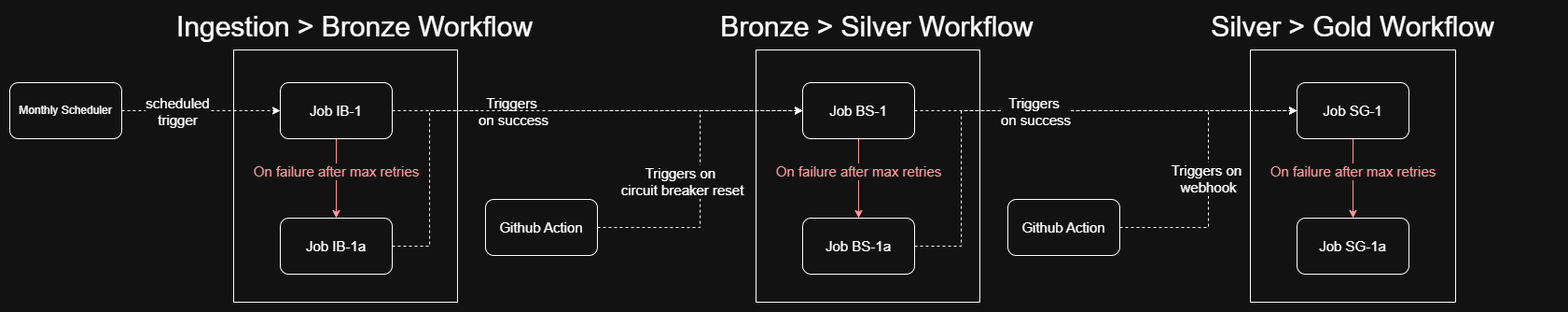
Earlier version of the draw.io export docs/workflow_architecture.png (SebM42/insee-sirene-monitor). Source tidied: cells renumbered, new cells last; positions are measured from the earlier drawing's top-left corner, leaving out a move shared by most shapes.
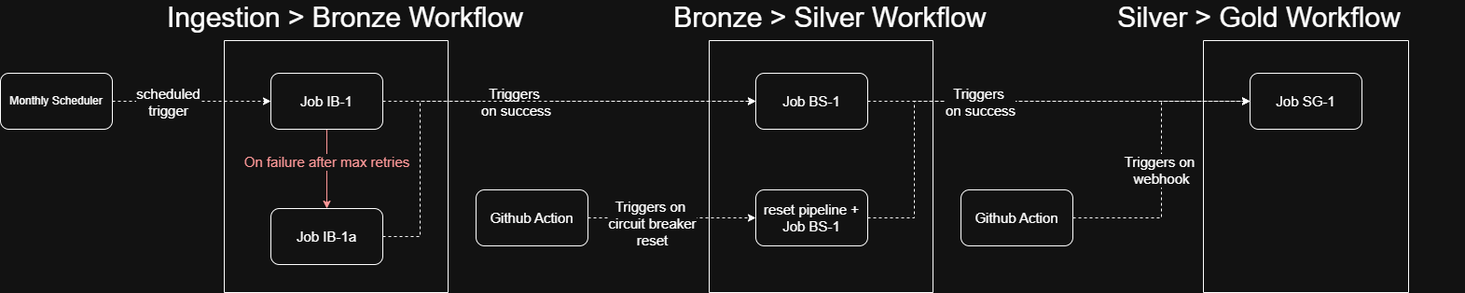
The same diagram one commit later.

Commit message:
update: job schema

Diff of the diagram source:
```diff
@@ -18,7 +18,7 @@
     </mxCell>
     <mxCell id="6" value="&lt;font style=&quot;font-size: 15px;&quot;&gt;Triggers&amp;nbsp;&lt;/font&gt;&lt;div&gt;&lt;font style=&quot;font-size: 15px;&quot;&gt;on success&lt;/font&gt;&lt;/div&gt;" style="edgeLabel;html=1;align=center;verticalAlign=middle;" parent="5" vertex="1">
       <mxGeometry x="-0.13" y="-2" relative="1" as="geometry">
-        <mxPoint x="-61" y="-2" as="offset" />
+        <mxPoint x="-31" y="-2" as="offset" />
       </mxGeometry>
     </mxCell>
     <mxCell id="7" value="                        " style="swimlane;startSize=0;" parent="1" vertex="1">
@@ -40,37 +40,26 @@
       <mxGeometry x="150" width="440" height="30" as="geometry" />
     </mxCell>
     <mxCell id="13" value="&lt;font style=&quot;font-size: 30px;&quot;&gt;Bronze &amp;gt; Silver Workflow&lt;/font&gt;" style="text;html=1;whiteSpace=wrap;strokeColor=none;fillColor=none;align=center;verticalAlign=middle;rounded=0;" parent="1" vertex="1">
-      <mxGeometry x="710" width="440" height="30" as="geometry" />
+      <mxGeometry x="670" width="440" height="30" as="geometry" />
     </mxCell>
-    <mxCell id="14" style="edgeStyle=orthogonalEdgeStyle;rounded=0;jettySize=auto;html=1;exitX=1;exitY=0.5;exitDx=0;exitDy=0;dashed=1;entryX=0;entryY=0.5;entryDx=0;entryDy=0;" parent="1" edge="1" source="16" target="21">
-      <mxGeometry relative="1" as="geometry" />
-    </mxCell>
-    <mxCell id="15" value="&lt;font style=&quot;font-size: 15px;&quot;&gt;Triggers&amp;nbsp;&lt;/font&gt;&lt;span style=&quot;font-size: 15px; background-color: light-dark(#ffffff, var(--ge-dark-color, #121212)); color: light-dark(rgb(0, 0, 0), rgb(255, 255, 255));&quot;&gt;on&amp;nbsp;&lt;/span&gt;&lt;div&gt;&lt;span style=&quot;font-size: 15px; background-color: light-dark(#ffffff, var(--ge-dark-color, #121212)); color: light-dark(rgb(0, 0, 0), rgb(255, 255, 255));&quot;&gt;circuit breaker reset&lt;/span&gt;&lt;/div&gt;" style="edgeLabel;html=1;align=center;verticalAlign=middle;" parent="14" vertex="1">
-      <mxGeometry x="-0.82" y="-1" relative="1" as="geometry">
-        <mxPoint x="59" y="-51" as="offset" />
-      </mxGeometry>
-    </mxCell>
+    <mxCell id="35" style="edgeStyle=orthogonalEdgeStyle;rounded=0;jettySize=auto;html=1;exitX=1;exitY=0.5;exitDx=0;exitDy=0;dashed=1;" parent="1" edge="1" source="16" target="36">
+      <mxGeometry relative="1" as="geometry" />
+    </mxCell>
     <mxCell id="16" value="&lt;font style=&quot;font-size: 15px;&quot;&gt;Github Action&lt;/font&gt;" style="rounded=1;whiteSpace=wrap;html=1;" parent="1" vertex="1">
       <mxGeometry x="510" y="200" width="120" height="60" as="geometry" />
     </mxCell>
     <mxCell id="17" value="&lt;font style=&quot;font-size: 30px;&quot;&gt;Silver &amp;gt; Gold Workflow&lt;/font&gt;" style="text;html=1;whiteSpace=wrap;strokeColor=none;fillColor=none;align=center;verticalAlign=middle;rounded=0;" parent="1" vertex="1">
-      <mxGeometry x="1220" width="440" height="30" as="geometry" />
+      <mxGeometry x="1130" width="440" height="30" as="geometry" />
     </mxCell>
     <mxCell id="18" value="                        " style="swimlane;startSize=0;" parent="1" vertex="1">
-      <mxGeometry x="800" y="40" width="240" height="270" as="geometry" />
+      <mxGeometry x="760" y="40" width="240" height="270" as="geometry" />
     </mxCell>
-    <mxCell id="19" style="edgeStyle=orthogonalEdgeStyle;rounded=0;jettySize=auto;html=1;exitX=0.5;exitY=1;exitDx=0;exitDy=0;entryX=0.5;entryY=0;entryDx=0;entryDy=0;strokeColor=light-dark(#000000,#FF9999);" parent="18" edge="1" source="21" target="22">
-      <mxGeometry relative="1" as="geometry" />
-    </mxCell>
-    <mxCell id="20" value="&lt;font style=&quot;font-size: 15px; color: light-dark(rgb(0, 0, 0), rgb(255, 153, 153));&quot;&gt;On failure after max retries&lt;/font&gt;" style="edgeLabel;html=1;align=center;verticalAlign=middle;" parent="19" vertex="1">
-      <mxGeometry x="-0.19" y="-1" relative="1" as="geometry" />
-    </mxCell>
     <mxCell id="21" value="&lt;span style=&quot;font-size: 15px;&quot;&gt;Job BS-1&lt;/span&gt;" style="rounded=1;whiteSpace=wrap;html=1;" parent="18" vertex="1">
       <mxGeometry x="50" y="35" width="120" height="60" as="geometry" />
     </mxCell>
-    <mxCell id="22" value="&lt;span style=&quot;font-size: 15px;&quot;&gt;Job BS-1a&lt;/span&gt;" style="rounded=1;whiteSpace=wrap;html=1;" parent="18" vertex="1">
-      <mxGeometry x="50" y="180" width="120" height="60" as="geometry" />
-    </mxCell>
+    <mxCell id="36" value="&lt;div&gt;&lt;span style=&quot;font-size: 15px;&quot;&gt;reset pipeline +&lt;/span&gt;&lt;/div&gt;&lt;span style=&quot;font-size: 15px;&quot;&gt;Job BS-1&lt;/span&gt;" style="rounded=1;whiteSpace=wrap;html=1;" parent="18" vertex="1">
+      <mxGeometry x="50" y="160" width="120" height="60" as="geometry" />
+    </mxCell>
     <mxCell id="23" style="edgeStyle=orthogonalEdgeStyle;rounded=0;jettySize=auto;html=1;exitX=1;exitY=0.5;exitDx=0;exitDy=0;entryX=0;entryY=0.5;entryDx=0;entryDy=0;dashed=1;" parent="1" edge="1" source="11" target="21">
       <mxGeometry relative="1" as="geometry">
         <Array as="points">
@@ -80,20 +69,11 @@
       </mxGeometry>
     </mxCell>
     <mxCell id="24" value="                        " style="swimlane;startSize=0;" parent="1" vertex="1">
-      <mxGeometry x="1330" y="40" width="220" height="270" as="geometry" />
+      <mxGeometry x="1290" y="40" width="220" height="270" as="geometry" />
     </mxCell>
-    <mxCell id="25" style="edgeStyle=orthogonalEdgeStyle;rounded=0;jettySize=auto;html=1;exitX=0.5;exitY=1;exitDx=0;exitDy=0;entryX=0.5;entryY=0;entryDx=0;entryDy=0;strokeColor=light-dark(#000000,#FF9999);" parent="24" edge="1" source="27" target="28">
-      <mxGeometry relative="1" as="geometry" />
-    </mxCell>
-    <mxCell id="26" value="&lt;font style=&quot;font-size: 15px; color: light-dark(rgb(0, 0, 0), rgb(255, 153, 153));&quot;&gt;On failure after max retries&lt;/font&gt;" style="edgeLabel;html=1;align=center;verticalAlign=middle;" parent="25" vertex="1">
-      <mxGeometry x="-0.19" y="-1" relative="1" as="geometry" />
-    </mxCell>
     <mxCell id="27" value="&lt;span style=&quot;font-size: 15px;&quot;&gt;Job SG-1&lt;/span&gt;" style="rounded=1;whiteSpace=wrap;html=1;" parent="24" vertex="1">
       <mxGeometry x="50" y="35" width="120" height="60" as="geometry" />
     </mxCell>
-    <mxCell id="28" value="&lt;span style=&quot;font-size: 15px;&quot;&gt;Job SG-1a&lt;/span&gt;" style="rounded=1;whiteSpace=wrap;html=1;" parent="24" vertex="1">
-      <mxGeometry x="50" y="180" width="120" height="60" as="geometry" />
-    </mxCell>
     <mxCell id="29" style="edgeStyle=orthogonalEdgeStyle;rounded=0;jettySize=auto;html=1;exitX=1;exitY=0.5;exitDx=0;exitDy=0;entryX=0;entryY=0.5;entryDx=0;entryDy=0;dashed=1;" parent="1" edge="1" source="31" target="27">
       <mxGeometry relative="1" as="geometry" />
     </mxCell>
@@ -101,23 +81,26 @@
       <mxGeometry x="-0.07" y="1" relative="1" as="geometry" />
     </mxCell>
     <mxCell id="31" value="&lt;font style=&quot;font-size: 15px;&quot;&gt;Github Action&lt;/font&gt;" style="rounded=1;whiteSpace=wrap;html=1;" parent="1" vertex="1">
-      <mxGeometry x="1070" y="200" width="120" height="60" as="geometry" />
+      <mxGeometry x="1030" y="200" width="120" height="60" as="geometry" />
     </mxCell>
     <mxCell id="32" style="edgeStyle=orthogonalEdgeStyle;rounded=0;jettySize=auto;html=1;exitX=1;exitY=0.5;exitDx=0;exitDy=0;entryX=0;entryY=0.5;entryDx=0;entryDy=0;dashed=1;" parent="1" edge="1" source="21" target="27">
       <mxGeometry relative="1" as="geometry" />
     </mxCell>
-    <mxCell id="33" style="edgeStyle=orthogonalEdgeStyle;rounded=0;jettySize=auto;html=1;exitX=1;exitY=0.5;exitDx=0;exitDy=0;entryX=0;entryY=0.5;entryDx=0;entryDy=0;dashed=1;" parent="1" edge="1" source="22" target="27">
-      <mxGeometry relative="1" as="geometry">
-        <Array as="points">
-          <mxPoint x="1020" y="250" />
-          <mxPoint x="1020" y="105" />
-        </Array>
-      </mxGeometry>
-    </mxCell>
+    <mxCell id="37" style="edgeStyle=orthogonalEdgeStyle;rounded=0;jettySize=auto;html=1;exitX=1;exitY=0.5;exitDx=0;exitDy=0;entryX=0;entryY=0.5;entryDx=0;entryDy=0;dashed=1;" parent="1" edge="1" source="36" target="27">
+      <mxGeometry relative="1" as="geometry">
+        <Array as="points">
+          <mxPoint x="980" y="230" />
+          <mxPoint x="980" y="105" />
+        </Array>
+      </mxGeometry>
+    </mxCell>
-    <mxCell id="34" value="&lt;font style=&quot;font-size: 15px;&quot;&gt;Triggers&amp;nbsp;&lt;/font&gt;&lt;div&gt;&lt;font style=&quot;font-size: 15px;&quot;&gt;on success&lt;/font&gt;&lt;/div&gt;" style="edgeLabel;html=1;align=center;verticalAlign=middle;" parent="33" vertex="1">
-      <mxGeometry x="-0.16" y="1" relative="1" as="geometry">
-        <mxPoint x="42" y="1" as="offset" />
-      </mxGeometry>
+    <mxCell id="34" value="&lt;font style=&quot;font-size: 15px;&quot;&gt;Triggers&amp;nbsp;&lt;/font&gt;&lt;div&gt;&lt;font style=&quot;font-size: 15px;&quot;&gt;on success&lt;/font&gt;&lt;/div&gt;" style="edgeLabel;html=1;align=center;verticalAlign=middle;" parent="1" vertex="1">
+      <mxGeometry x="1050" y="105" as="geometry" />
     </mxCell>
+    <mxCell id="15" value="&lt;font style=&quot;font-size: 15px;&quot;&gt;Triggers&amp;nbsp;&lt;/font&gt;&lt;span style=&quot;font-size: 15px; background-color: light-dark(#ffffff, var(--ge-dark-color, #121212)); color: light-dark(rgb(0, 0, 0), rgb(255, 255, 255));&quot;&gt;on&amp;nbsp;&lt;/span&gt;&lt;div&gt;&lt;span style=&quot;font-size: 15px; background-color: light-dark(#ffffff, var(--ge-dark-color, #121212)); color: light-dark(rgb(0, 0, 0), rgb(255, 255, 255));&quot;&gt;circuit breaker&lt;/span&gt;&lt;/div&gt;&lt;div&gt;&lt;span style=&quot;font-size: 15px; background-color: light-dark(#ffffff, var(--ge-dark-color, #121212)); color: light-dark(rgb(0, 0, 0), rgb(255, 255, 255));&quot;&gt;reset&lt;/span&gt;&lt;/div&gt;" style="edgeLabel;html=1;align=center;verticalAlign=middle;" parent="1" vertex="1">
+      <mxGeometry x="710" y="250" as="geometry">
+        <mxPoint x="-12" y="-15" as="offset" />
+      </mxGeometry>
+    </mxCell>
   </root>
 </mxGraphModel>
```
